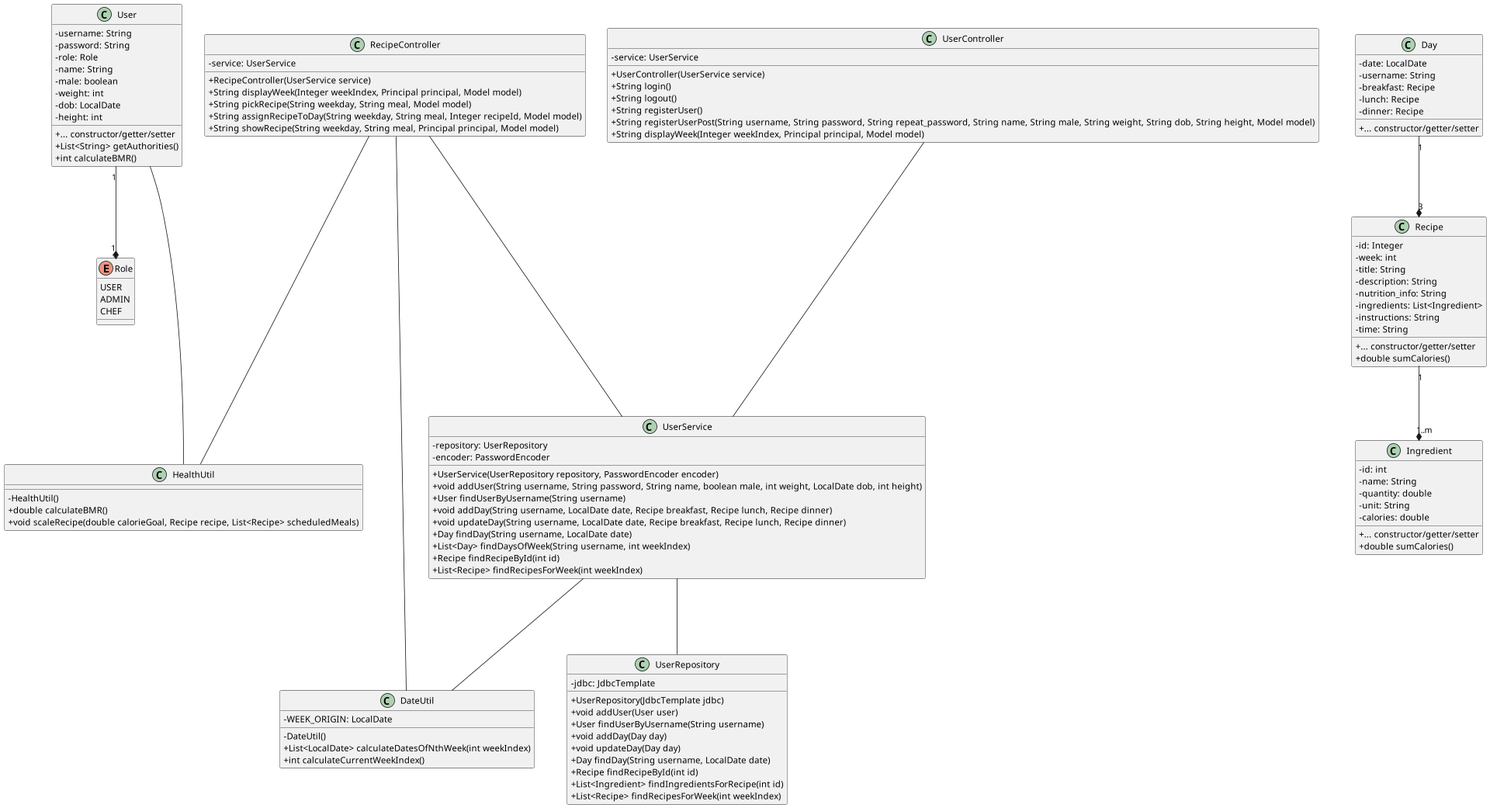
This is diagram/class-diagram.png from sofush/kostplan, a PlantUML export, as it was before one commit.
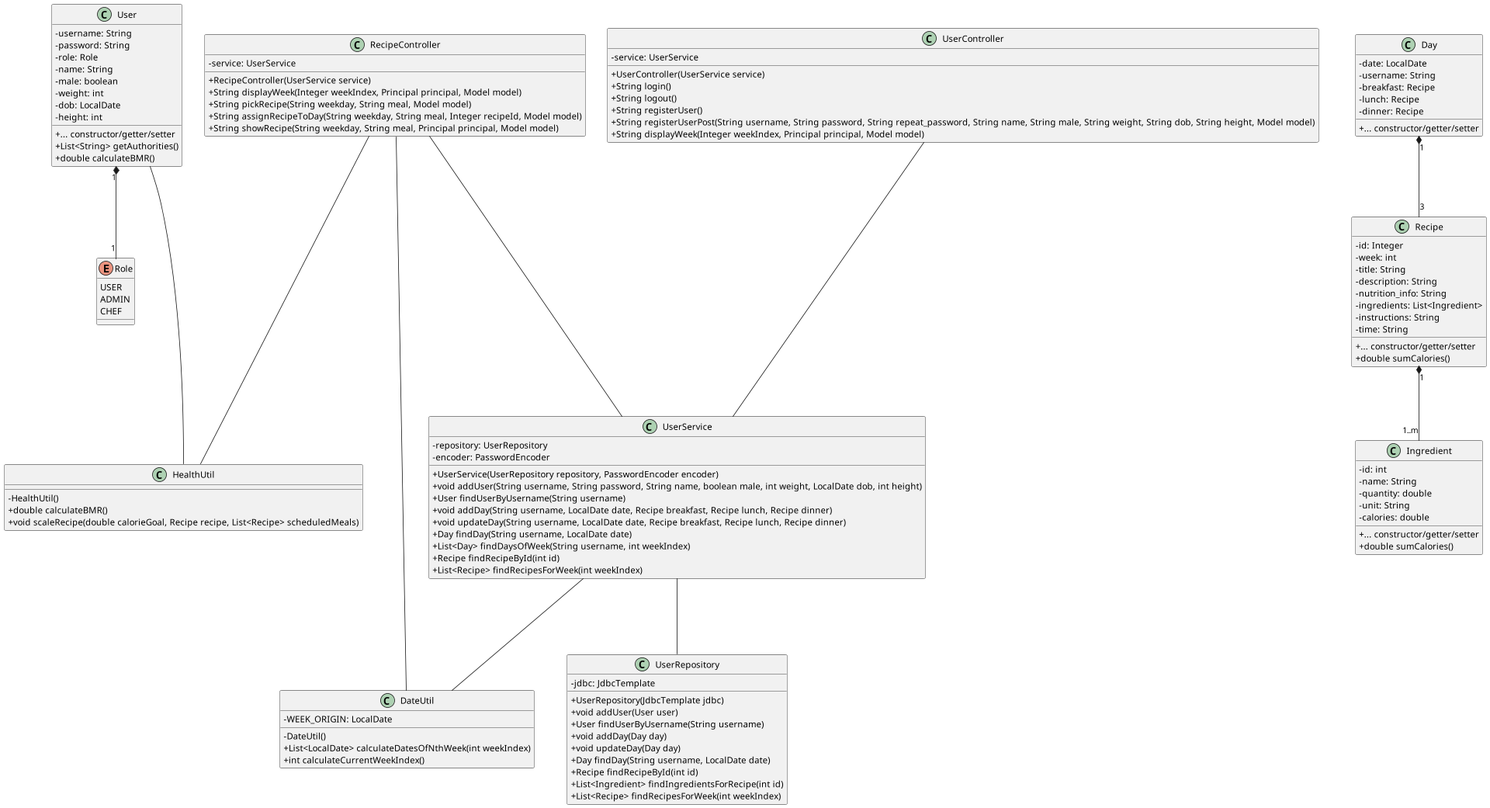
Later version of the same file.

Commit message:
feat: remove Recipe objects from parameter lists in service class

Diff of the diagram source:
```diff
@@ -17,7 +17,7 @@
 	- height: int
 	{method} + ... constructor/getter/setter
 	+ List<String> getAuthorities()
-	+ int calculateBMR()
+	+ double calculateBMR()
 }
 class Day {
 	- date: LocalDate
@@ -108,8 +108,8 @@
 UserService --- DateUtil
 RecipeController --- DateUtil
 User --- HealthUtil
-User "1" --* "1" Role
-Day "1" --* "3" Recipe
-Recipe "1" --* "1..m" Ingredient
+User " 1" *-- " 1" Role
+Day " 1" *-- " 3" Recipe
+Recipe " 1" *-- " 1..m" Ingredient
 RecipeController --- HealthUtil
 @enduml
```
